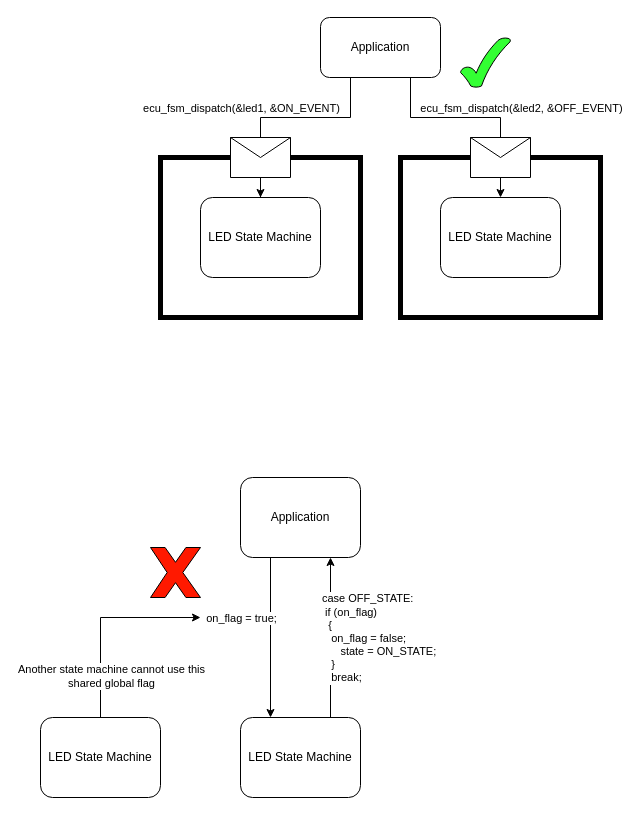
Earlier version of the draw.io diagram page "event_driven_paradigm_multiple_instances" (8 of 13) of doc/images/fsm/fsm.drawio (ress059/ecu). Source tidied: cells renumbered, new cells numbered last; positions are measured from the earlier drawing's top-left corner, leaving out a move shared by most shapes. Both pictures are drawn from the tidied source at 100%, with x=0, y=0 at pixel (40, 17).
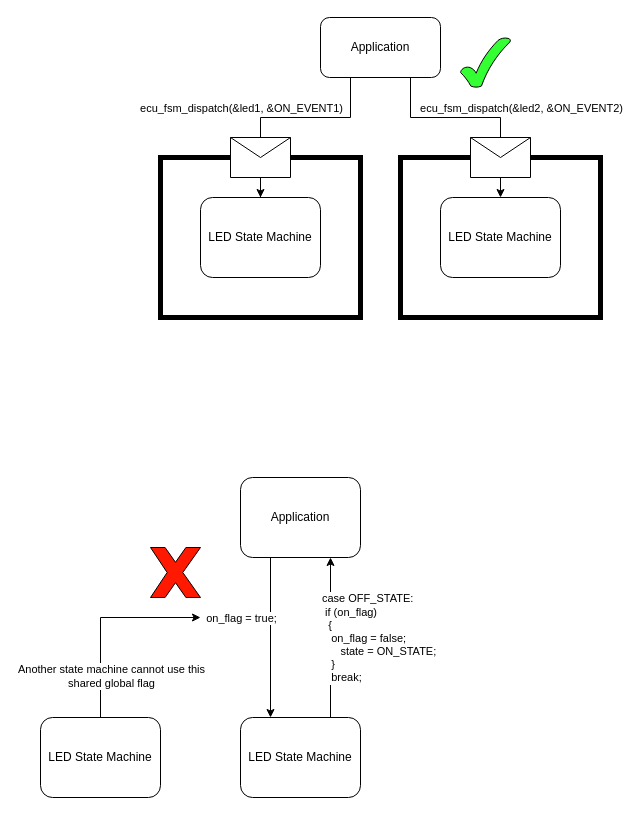
The same page after the edit.

The change refers to these unchanged cells:
```xml
<mxCell id="15" style="edgeStyle=orthogonalEdgeStyle;rounded=0;jettySize=auto;html=1;entryX=0.5;entryY=0;entryDx=0;entryDy=0;endArrow=none;endFill=0;exitX=0.25;exitY=1;exitDx=0;exitDy=0;" parent="1" edge="1" source="17" target="19">
  <mxGeometry relative="1" as="geometry">
    <Array as="points">
      <mxPoint x="310" y="100" />
      <mxPoint x="220" y="100" />
    </Array>
  </mxGeometry>
</mxCell>
<mxCell id="20" style="edgeStyle=orthogonalEdgeStyle;rounded=0;jettySize=auto;html=1;entryX=0.5;entryY=0;entryDx=0;entryDy=0;endArrow=none;endFill=0;exitX=0.75;exitY=1;exitDx=0;exitDy=0;" parent="1" edge="1" source="17" target="22">
  <mxGeometry relative="1" as="geometry">
    <Array as="points">
      <mxPoint x="370" y="100" />
      <mxPoint x="460" y="100" />
    </Array>
  </mxGeometry>
</mxCell>
```

The edit, as a diff of the source:
```diff
@@
-    <mxCell id="16" value="ecu_fsm_dispatch(&amp;amp;led1, &amp;amp;ON_EVENT)" style="edgeLabel;html=1;align=center;verticalAlign=middle;" parent="15" vertex="1">
+    <mxCell id="16" value="ecu_fsm_dispatch(&amp;amp;led1, &amp;amp;ON_EVENT1)" style="edgeLabel;html=1;align=center;verticalAlign=middle;" parent="15" vertex="1">
       <mxGeometry x="-0.4" y="3" relative="1" as="geometry">
         <mxPoint x="-105" y="-13" as="offset" />
       </mxGeometry>
     </mxCell>
@@
-    <mxCell id="21" value="ecu_fsm_dispatch(&amp;amp;led2, &amp;amp;OFF_EVENT)" style="edgeLabel;html=1;align=center;verticalAlign=middle;" parent="20" vertex="1">
+    <mxCell id="21" value="ecu_fsm_dispatch(&amp;amp;led2, &amp;amp;ON_EVENT2)" style="edgeLabel;html=1;align=center;verticalAlign=middle;" parent="20" vertex="1">
       <mxGeometry x="-0.4" y="3" relative="1" as="geometry">
         <mxPoint x="105" y="-7" as="offset" />
       </mxGeometry>
     </mxCell>
```
